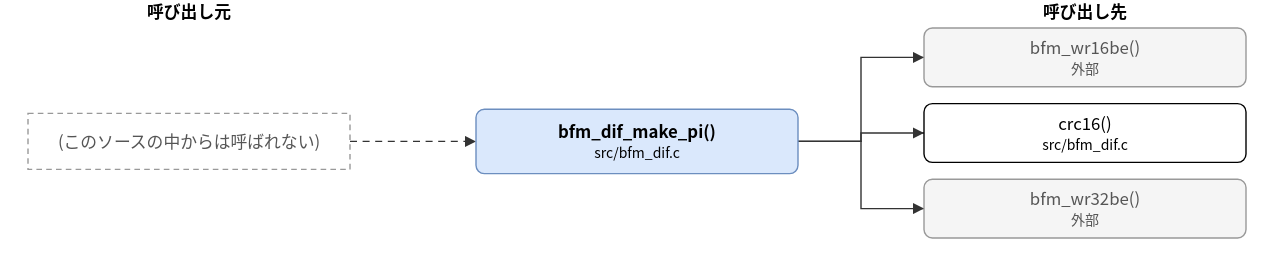
Earlier version of the draw.io export doc/spec/images/call_src_bfm_dif-bfm_dif_make_pi.drawio.svg (hf355051012-ai/bfmem). Source tidied: cells renumbered, new cells last; positions are measured from the earlier drawing's top-left corner, leaving out a move shared by most shapes. Source of this version:
```xml
<mxGraphModel>
  <root>
    <mxCell id="0" />
    <mxCell id="1" parent="0" />
    <mxCell id="2" value="bfm_dif_make_pi()&lt;br&gt;&lt;font style=&quot;font-size:10px&quot;&gt;src/bfm_dif.c&lt;/font&gt;" style="rounded=1;whiteSpace=wrap;html=1;fillColor=#dae8fc;strokeColor=#6c8ebf;fontStyle=1;" parent="1" vertex="1">
      <mxGeometry x="320" y="78" width="230" height="46" as="geometry" />
    </mxCell>
    <mxCell id="3" value="bfm_wr16be()&lt;br&gt;&lt;font style=&quot;font-size:10px&quot;&gt;外部&lt;/font&gt;" style="rounded=1;whiteSpace=wrap;html=1;fillColor=#f5f5f5;strokeColor=#999999;fontColor=#555555;" parent="1" vertex="1">
      <mxGeometry x="640" y="20" width="230" height="42" as="geometry" />
    </mxCell>
    <mxCell id="4" value="crc16()&lt;br&gt;&lt;font style=&quot;font-size:10px&quot;&gt;src/bfm_dif.c&lt;/font&gt;" style="rounded=1;whiteSpace=wrap;html=1;" parent="1" vertex="1">
      <mxGeometry x="640" y="74" width="230" height="42" as="geometry" />
    </mxCell>
    <mxCell id="5" value="bfm_wr32be()&lt;br&gt;&lt;font style=&quot;font-size:10px&quot;&gt;外部&lt;/font&gt;" style="rounded=1;whiteSpace=wrap;html=1;fillColor=#f5f5f5;strokeColor=#999999;fontColor=#555555;" parent="1" vertex="1">
      <mxGeometry x="640" y="128" width="230" height="42" as="geometry" />
    </mxCell>
    <mxCell id="6" value="(このソースの中からは呼ばれない)" style="rounded=0;whiteSpace=wrap;html=1;dashed=1;strokeColor=#999999;fontColor=#555555;dashed=1;" parent="1" vertex="1">
      <mxGeometry y="81" width="230" height="40" as="geometry" />
    </mxCell>
    <mxCell id="7" style="edgeStyle=none;html=1;rounded=0;endArrow=block;endFill=1;exitX=1.0000;exitY=0.5000;exitDx=0;exitDy=0;exitPerimeter=0;entryX=0.0000;entryY=0.5000;entryDx=0;entryDy=0;entryPerimeter=0;" parent="1" edge="1" source="2" target="3">
      <mxGeometry relative="1" as="geometry">
        <Array as="points">
          <mxPoint x="595" y="101" />
          <mxPoint x="595" y="41" />
        </Array>
      </mxGeometry>
    </mxCell>
    <mxCell id="8" style="edgeStyle=none;html=1;rounded=0;endArrow=block;endFill=1;exitX=1.0000;exitY=0.5000;exitDx=0;exitDy=0;exitPerimeter=0;entryX=0.0000;entryY=0.5000;entryDx=0;entryDy=0;entryPerimeter=0;" parent="1" edge="1" source="2" target="4">
      <mxGeometry relative="1" as="geometry">
        <Array as="points">
          <mxPoint x="595" y="101" />
          <mxPoint x="595" y="95" />
        </Array>
      </mxGeometry>
    </mxCell>
    <mxCell id="9" style="edgeStyle=none;html=1;rounded=0;endArrow=block;endFill=1;exitX=1.0000;exitY=0.5000;exitDx=0;exitDy=0;exitPerimeter=0;entryX=0.0000;entryY=0.5000;entryDx=0;entryDy=0;entryPerimeter=0;" parent="1" edge="1" source="2" target="5">
      <mxGeometry relative="1" as="geometry">
        <Array as="points">
          <mxPoint x="595" y="101" />
          <mxPoint x="595" y="149" />
        </Array>
      </mxGeometry>
    </mxCell>
    <mxCell id="10" style="edgeStyle=none;html=1;rounded=0;endArrow=block;endFill=1;exitX=1.0000;exitY=0.5000;exitDx=0;exitDy=0;exitPerimeter=0;entryX=0.0000;entryY=0.5000;entryDx=0;entryDy=0;entryPerimeter=0;dashed=1;" parent="1" edge="1" source="6" target="2">
      <mxGeometry relative="1" as="geometry" />
    </mxCell>
    <mxCell id="11" value="呼び出し元" style="text;html=1;align=center;fontStyle=1;" parent="1" vertex="1">
      <mxGeometry x="35" width="160" height="18" as="geometry" />
    </mxCell>
    <mxCell id="12" value="呼び出し先" style="text;html=1;align=center;fontStyle=1;" parent="1" vertex="1">
      <mxGeometry x="675" width="160" height="18" as="geometry" />
    </mxCell>
  </root>
</mxGraphModel>
```
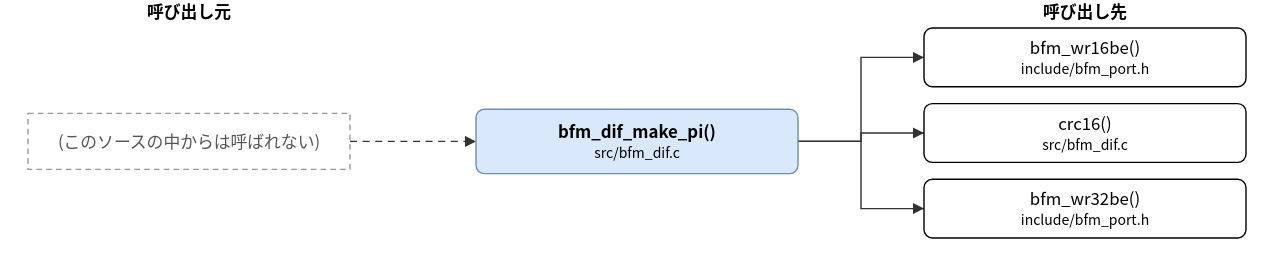
Above is the later version.

Change to the diagram source:
```diff
@@ -5,13 +5,13 @@
     <mxCell id="2" value="bfm_dif_make_pi()&lt;br&gt;&lt;font style=&quot;font-size:10px&quot;&gt;src/bfm_dif.c&lt;/font&gt;" style="rounded=1;whiteSpace=wrap;html=1;fillColor=#dae8fc;strokeColor=#6c8ebf;fontStyle=1;" parent="1" vertex="1">
       <mxGeometry x="320" y="78" width="230" height="46" as="geometry" />
     </mxCell>
-    <mxCell id="3" value="bfm_wr16be()&lt;br&gt;&lt;font style=&quot;font-size:10px&quot;&gt;外部&lt;/font&gt;" style="rounded=1;whiteSpace=wrap;html=1;fillColor=#f5f5f5;strokeColor=#999999;fontColor=#555555;" parent="1" vertex="1">
+    <mxCell id="3" value="bfm_wr16be()&lt;br&gt;&lt;font style=&quot;font-size:10px&quot;&gt;include/bfm_port.h&lt;/font&gt;" style="rounded=1;whiteSpace=wrap;html=1;" parent="1" vertex="1">
       <mxGeometry x="640" y="20" width="230" height="42" as="geometry" />
     </mxCell>
     <mxCell id="4" value="crc16()&lt;br&gt;&lt;font style=&quot;font-size:10px&quot;&gt;src/bfm_dif.c&lt;/font&gt;" style="rounded=1;whiteSpace=wrap;html=1;" parent="1" vertex="1">
       <mxGeometry x="640" y="74" width="230" height="42" as="geometry" />
     </mxCell>
-    <mxCell id="5" value="bfm_wr32be()&lt;br&gt;&lt;font style=&quot;font-size:10px&quot;&gt;外部&lt;/font&gt;" style="rounded=1;whiteSpace=wrap;html=1;fillColor=#f5f5f5;strokeColor=#999999;fontColor=#555555;" parent="1" vertex="1">
+    <mxCell id="5" value="bfm_wr32be()&lt;br&gt;&lt;font style=&quot;font-size:10px&quot;&gt;include/bfm_port.h&lt;/font&gt;" style="rounded=1;whiteSpace=wrap;html=1;" parent="1" vertex="1">
       <mxGeometry x="640" y="128" width="230" height="42" as="geometry" />
     </mxCell>
     <mxCell id="6" value="(このソースの中からは呼ばれない)" style="rounded=0;whiteSpace=wrap;html=1;dashed=1;strokeColor=#999999;fontColor=#555555;dashed=1;" parent="1" vertex="1">
```
